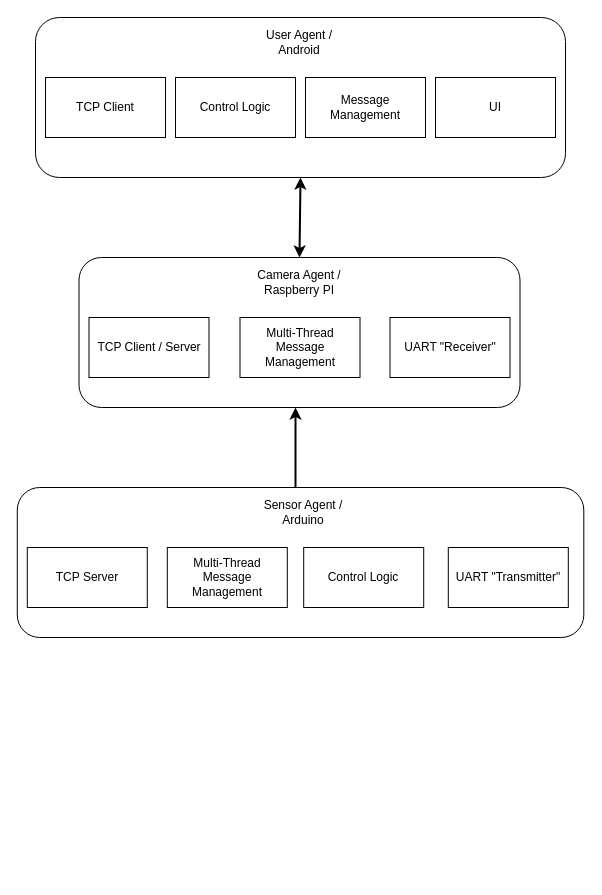
Before: Software_Schema.drawio in bmarrao/TPSE, a draw.io diagram. Source tidied: cells renumbered, new cells numbered last; positions are measured from the earlier drawing's top-left corner, leaving out a move shared by most shapes. Both pictures are drawn from the tidied source at 100%, with x=0, y=0 at pixel (17, 17).
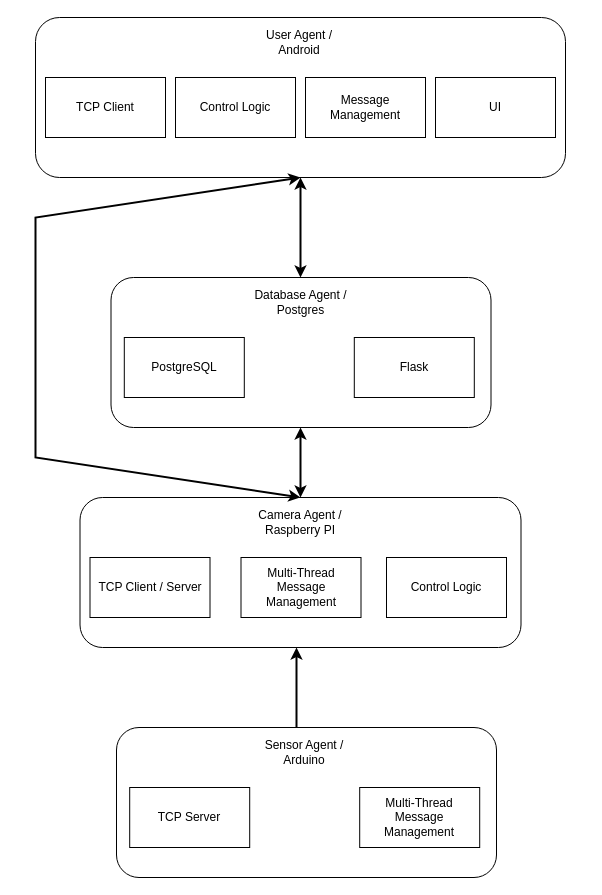
The same page after the edit.

Commit message:
Added Database Agent to the schemas

Unchanged cells that the change refers to:
```xml
<mxCell id="2" style="rounded=1;whiteSpace=wrap;html=1;" parent="1" vertex="1">
  <mxGeometry x="18" width="530" height="160" as="geometry" />
</mxCell>
```

What changed in the source:
```diff
@@
     <mxCell id="8" style="rounded=1;whiteSpace=wrap;html=1;" parent="1" vertex="1">
-      <mxGeometry x="61.5" y="240" width="441" height="150" as="geometry" />
+      <mxGeometry x="62.5" y="480" width="441" height="150" as="geometry" />
     </mxCell>
     <mxCell id="9" value="Camera Agent / Raspberry PI" style="text;html=1;align=center;verticalAlign=middle;whiteSpace=wrap;rounded=0;" parent="1" vertex="1">
-      <mxGeometry x="227" y="250" width="110" height="30" as="geometry" />
+      <mxGeometry x="228" y="490" width="110" height="30" as="geometry" />
     </mxCell>
     <mxCell id="10" value="TCP Client / Server" style="rounded=0;whiteSpace=wrap;html=1;" parent="1" vertex="1">
-      <mxGeometry x="71.5" y="300" width="120" height="60" as="geometry" />
+      <mxGeometry x="72.5" y="540" width="120" height="60" as="geometry" />
     </mxCell>
     <mxCell id="11" value="Multi-Thread Message Management" style="rounded=0;whiteSpace=wrap;html=1;" parent="1" vertex="1">
-      <mxGeometry x="222.5" y="300" width="120" height="60" as="geometry" />
+      <mxGeometry x="223.5" y="540" width="120" height="60" as="geometry" />
     </mxCell>
-    <mxCell id="12" value="UART &quot;Receiver&quot;" style="rounded=0;whiteSpace=wrap;html=1;" parent="1" vertex="1">
-      <mxGeometry x="372.5" y="300" width="120" height="60" as="geometry" />
-    </mxCell>
-    <mxCell id="13" style="endArrow=classic;startArrow=classic;html=1;rounded=0;strokeWidth=2;entryX=0.5;entryY=1;entryDx=0;entryDy=0;exitX=0.5;exitY=0;exitDx=0;exitDy=0;" parent="1" edge="1" source="8" target="2">
-      <mxGeometry relative="1" as="geometry" />
+    <mxCell id="13" style="endArrow=classic;startArrow=classic;html=1;rounded=0;strokeWidth=2;exitX=0.5;exitY=0;exitDx=0;exitDy=0;" parent="1" edge="1" source="8">
+      <mxGeometry relative="1" as="geometry">
+        <mxPoint x="283" y="410" as="targetPoint" />
+      </mxGeometry>
     </mxCell>
     <mxCell id="14" style="rounded=1;whiteSpace=wrap;html=1;" parent="1" vertex="1">
-      <mxGeometry x="-0.2" y="470" width="566.5" height="150" as="geometry" />
+      <mxGeometry x="99" y="710" width="380" height="150" as="geometry" />
     </mxCell>
     <mxCell id="15" value="Sensor Agent / Arduino" style="text;html=1;align=center;verticalAlign=middle;whiteSpace=wrap;rounded=0;" parent="1" vertex="1">
-      <mxGeometry x="231.2" y="480" width="110" height="30" as="geometry" />
+      <mxGeometry x="232.2" y="720" width="110" height="30" as="geometry" />
     </mxCell>
     <mxCell id="16" value="TCP Server" style="rounded=0;whiteSpace=wrap;html=1;" parent="1" vertex="1">
-      <mxGeometry x="9.8" y="530" width="120" height="60" as="geometry" />
+      <mxGeometry x="112.2" y="770" width="120" height="60" as="geometry" />
     </mxCell>
     <mxCell id="17" value="Multi-Thread Message Management" style="rounded=0;whiteSpace=wrap;html=1;" parent="1" vertex="1">
-      <mxGeometry x="149.8" y="530" width="120" height="60" as="geometry" />
+      <mxGeometry x="342.2" y="770" width="120" height="60" as="geometry" />
     </mxCell>
-    <mxCell id="18" value="UART &quot;Transmitter&quot;" style="rounded=0;whiteSpace=wrap;html=1;" parent="1" vertex="1">
-      <mxGeometry x="430.8" y="530" width="120" height="60" as="geometry" />
-    </mxCell>
     <mxCell id="19" value="Control Logic" style="rounded=0;whiteSpace=wrap;html=1;" parent="1" vertex="1">
-      <mxGeometry x="286.2" y="530" width="120" height="60" as="geometry" />
+      <mxGeometry x="369" y="540" width="120" height="60" as="geometry" />
     </mxCell>
     <mxCell id="20" style="endArrow=classic;html=1;rounded=0;strokeWidth=2;" parent="1" edge="1">
       <mxGeometry relative="1" as="geometry">
-        <mxPoint x="278" y="470" as="sourcePoint" />
-        <mxPoint x="278" y="390" as="targetPoint" />
+        <mxPoint x="279" y="710" as="sourcePoint" />
+        <mxPoint x="279" y="630" as="targetPoint" />
       </mxGeometry>
     </mxCell>
+    <mxCell id="21" style="rounded=1;whiteSpace=wrap;html=1;" parent="1" vertex="1">
+      <mxGeometry x="93.5" y="260" width="380" height="150" as="geometry" />
+    </mxCell>
+    <mxCell id="22" value="Database Agent / Postgres" style="text;html=1;align=center;verticalAlign=middle;whiteSpace=wrap;rounded=0;" parent="1" vertex="1">
+      <mxGeometry x="215.1" y="270" width="136.8" height="30" as="geometry" />
+    </mxCell>
+    <mxCell id="23" value="PostgreSQL" style="rounded=0;whiteSpace=wrap;html=1;" parent="1" vertex="1">
+      <mxGeometry x="106.8" y="320" width="120" height="60" as="geometry" />
+    </mxCell>
+    <mxCell id="24" value="Flask" style="rounded=0;whiteSpace=wrap;html=1;" parent="1" vertex="1">
+      <mxGeometry x="336.8" y="320" width="120" height="60" as="geometry" />
+    </mxCell>
+    <mxCell id="25" style="endArrow=classic;startArrow=classic;html=1;rounded=0;strokeWidth=2;exitX=0.5;exitY=0;exitDx=0;exitDy=0;entryX=0.5;entryY=1;entryDx=0;entryDy=0;" parent="1" edge="1" target="2">
+      <mxGeometry relative="1" as="geometry">
+        <mxPoint x="283" y="260" as="sourcePoint" />
+      </mxGeometry>
+    </mxCell>
+    <mxCell id="26" style="endArrow=classic;startArrow=classic;html=1;rounded=0;strokeWidth=2;exitX=0.5;exitY=0;exitDx=0;exitDy=0;entryX=0.5;entryY=1;entryDx=0;entryDy=0;" parent="1" edge="1" source="8" target="2">
+      <mxGeometry relative="1" as="geometry">
+        <Array as="points">
+          <mxPoint x="18" y="440" />
+          <mxPoint x="18" y="200" />
+        </Array>
+      </mxGeometry>
+    </mxCell>
```
